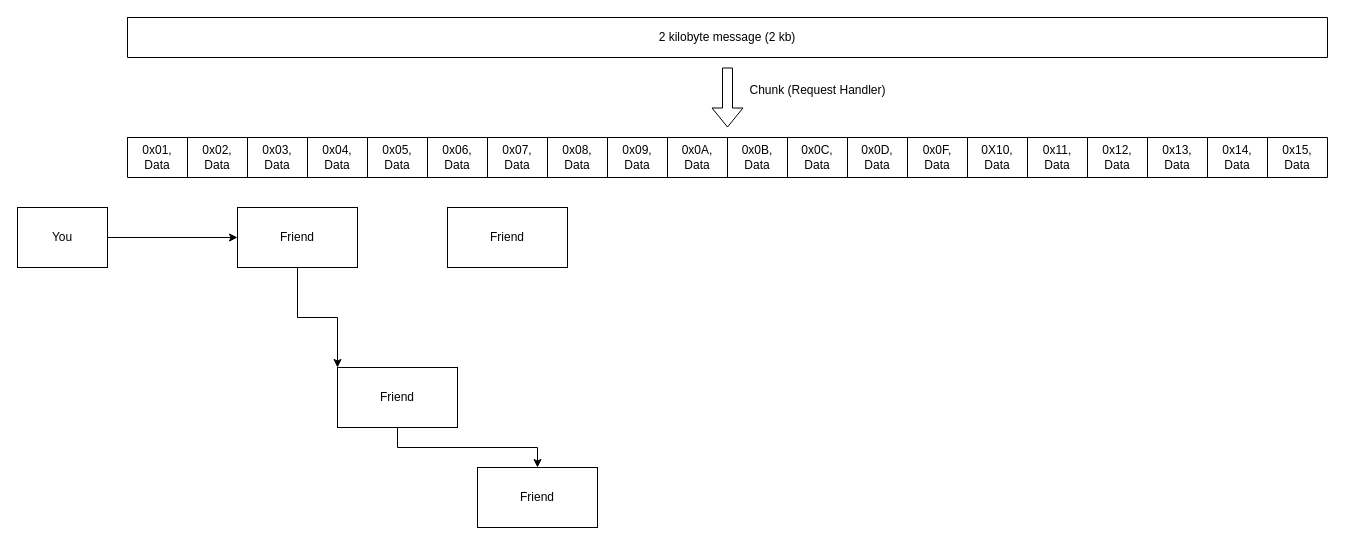
The draw.io diagram MessageBreakdown.drawio in YuhKuro/Capstone_Charts, before the edit. Source tidied: cells renumbered, new cells numbered last; positions are measured from the earlier drawing's top-left corner, leaving out a move shared by most shapes. Both pictures are drawn from the tidied source at 100%, with x=0, y=0 at pixel (17, 17).
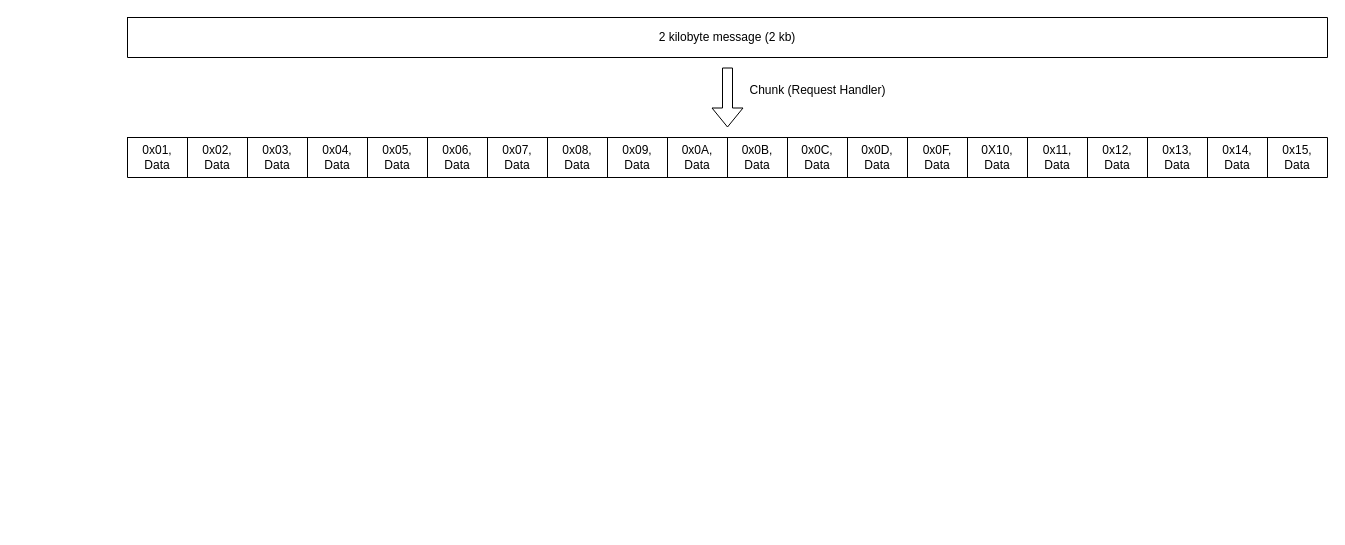
After the change.

Change to the diagram source:
```diff
@@
-    <mxCell id="29" style="edgeStyle=orthogonalEdgeStyle;rounded=0;jettySize=auto;html=1;exitX=0.5;exitY=1;exitDx=0;exitDy=0;entryX=0;entryY=0;entryDx=0;entryDy=0;" parent="1" edge="1" source="30" target="33">
-      <mxGeometry relative="1" as="geometry" />
-    </mxCell>
-    <mxCell id="30" value="Friend" style="whiteSpace=wrap;html=1;" parent="1" vertex="1">
-      <mxGeometry x="220" y="190" width="120" height="60" as="geometry" />
-    </mxCell>
-    <mxCell id="31" value="Friend" style="whiteSpace=wrap;html=1;" parent="1" vertex="1">
-      <mxGeometry x="430" y="190" width="120" height="60" as="geometry" />
-    </mxCell>
-    <mxCell id="32" style="edgeStyle=orthogonalEdgeStyle;rounded=0;jettySize=auto;html=1;exitX=0.5;exitY=1;exitDx=0;exitDy=0;entryX=0.5;entryY=0;entryDx=0;entryDy=0;" parent="1" edge="1" source="33" target="34">
-      <mxGeometry relative="1" as="geometry" />
-    </mxCell>
-    <mxCell id="33" value="Friend" style="whiteSpace=wrap;html=1;" parent="1" vertex="1">
-      <mxGeometry x="320" y="350" width="120" height="60" as="geometry" />
-    </mxCell>
-    <mxCell id="34" value="Friend" style="whiteSpace=wrap;html=1;" parent="1" vertex="1">
-      <mxGeometry x="460" y="450" width="120" height="60" as="geometry" />
-    </mxCell>
-    <mxCell id="35" style="edgeStyle=orthogonalEdgeStyle;rounded=0;jettySize=auto;html=1;exitX=1;exitY=0.5;exitDx=0;exitDy=0;entryX=0;entryY=0.5;entryDx=0;entryDy=0;" parent="1" edge="1" source="36" target="30">
-      <mxGeometry relative="1" as="geometry" />
-    </mxCell>
-    <mxCell id="36" value="You" style="whiteSpace=wrap;html=1;" parent="1" vertex="1">
-      <mxGeometry y="190" width="90" height="60" as="geometry" />
-    </mxCell>
```
